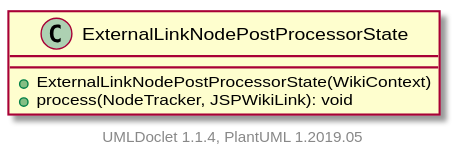
This is apidocs/2.11.0.M7-SNAPSHOT/org/apache/wiki/markdown/extensions/jspwikilinks/postprocessor/ExternalLinkNodePostProcessorState.svg from apache/jspwiki-site, a PlantUML export, as it was before one commit. Its diagram source:
```plantuml
@startuml

    class ExternalLinkNodePostProcessorState [[ExternalLinkNodePostProcessorState.html]] {
        +ExternalLinkNodePostProcessorState(WikiContext)
        +process(NodeTracker, JSPWikiLink): void
    }


    center footer UMLDoclet 1.1.4, PlantUML 1.2019.05
@enduml
```
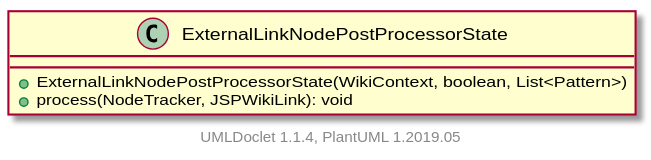
The same file after the commit.

Diff of the diagram source:
```diff
@@ -1,7 +1,7 @@
 @startuml
 
     class ExternalLinkNodePostProcessorState [[ExternalLinkNodePostProcessorState.html]] {
-        +ExternalLinkNodePostProcessorState(WikiContext)
+        +ExternalLinkNodePostProcessorState(WikiContext, boolean, List<Pattern>)
         +process(NodeTracker, JSPWikiLink): void
     }
 
```
